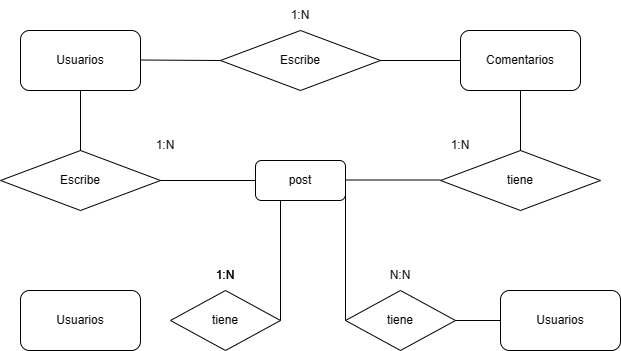
LaZaRoMoNzOn1580/PlatziBlog keeps this draw.io diagram as Diagrama Platziblog.drawio.png. Above is the earlier version. Source tidied: cells renumbered, new cells last; positions are measured from the earlier drawing's top-left corner, leaving out a move shared by most shapes.
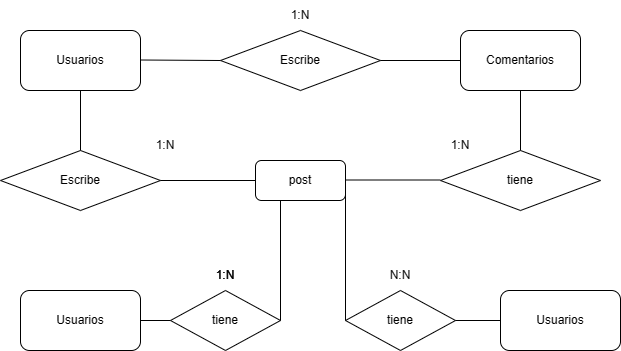
The same diagram one commit later.

What changed in the source:
```diff
@@ -87,5 +87,8 @@
     <mxCell id="26" value="N:N" style="text;html=1;strokeColor=none;fillColor=none;align=center;verticalAlign=middle;whiteSpace=wrap;rounded=0;" parent="1" vertex="1">
       <mxGeometry x="370" y="260" width="60" height="30" as="geometry" />
     </mxCell>
+    <mxCell id="27" style="endArrow=none;html=1;rounded=0;exitX=1;exitY=0.5;exitDx=0;exitDy=0;entryX=0;entryY=0.5;entryDx=0;entryDy=0;" parent="1" edge="1" source="8" target="16">
+      <mxGeometry relative="1" as="geometry" />
+    </mxCell>
   </root>
 </mxGraphModel>
```
